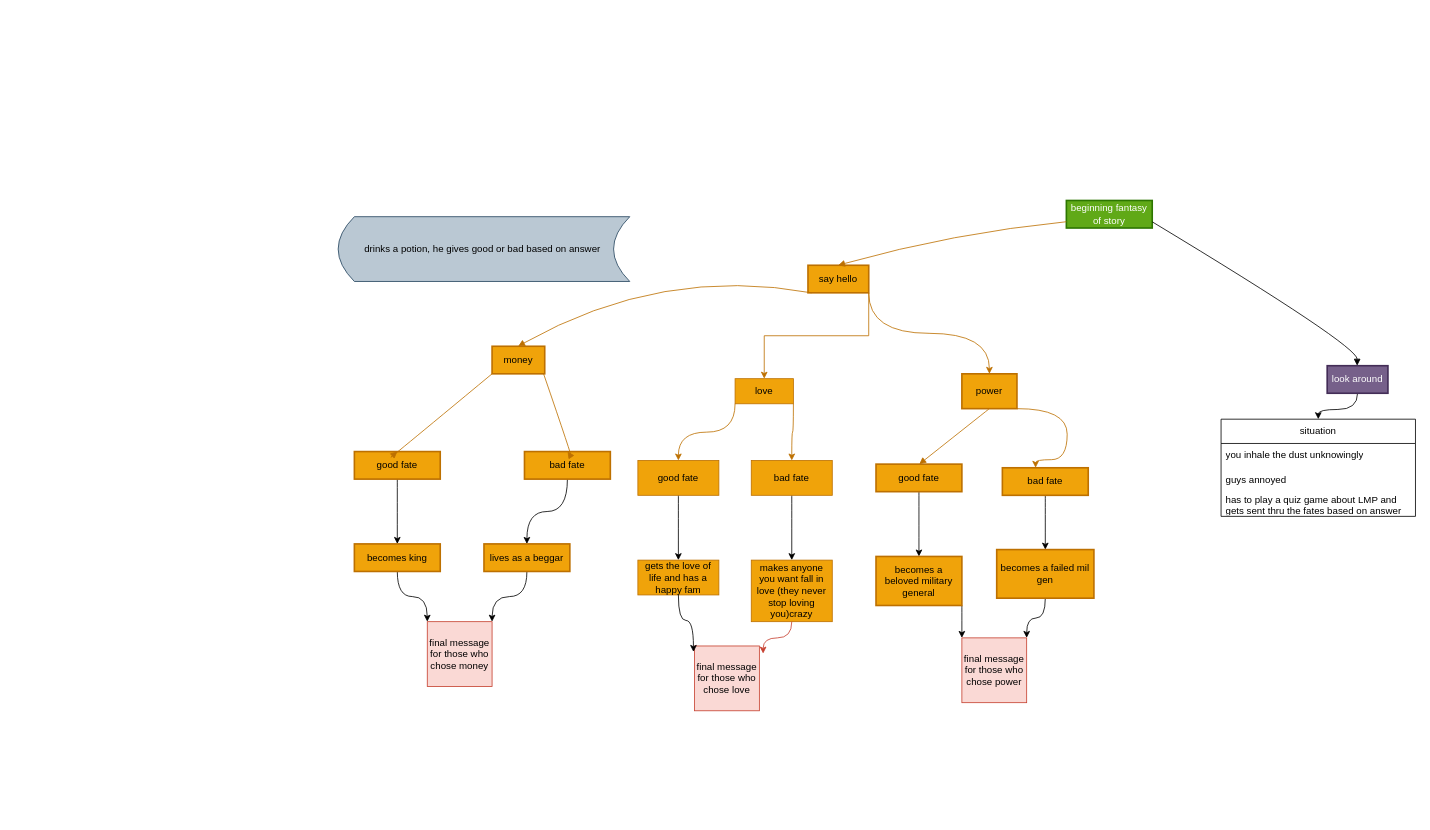
MayaInspo/Python-Projects- keeps this draw.io diagram as loosing_your_mind.drawio. Above is the earlier version. Source tidied: cells renumbered, new cells numbered last; positions are measured from the earlier drawing's top-left corner, leaving out a move shared by most shapes. Both pictures are drawn from the tidied source at 81%, with x=0, y=0 at pixel (338, 200).
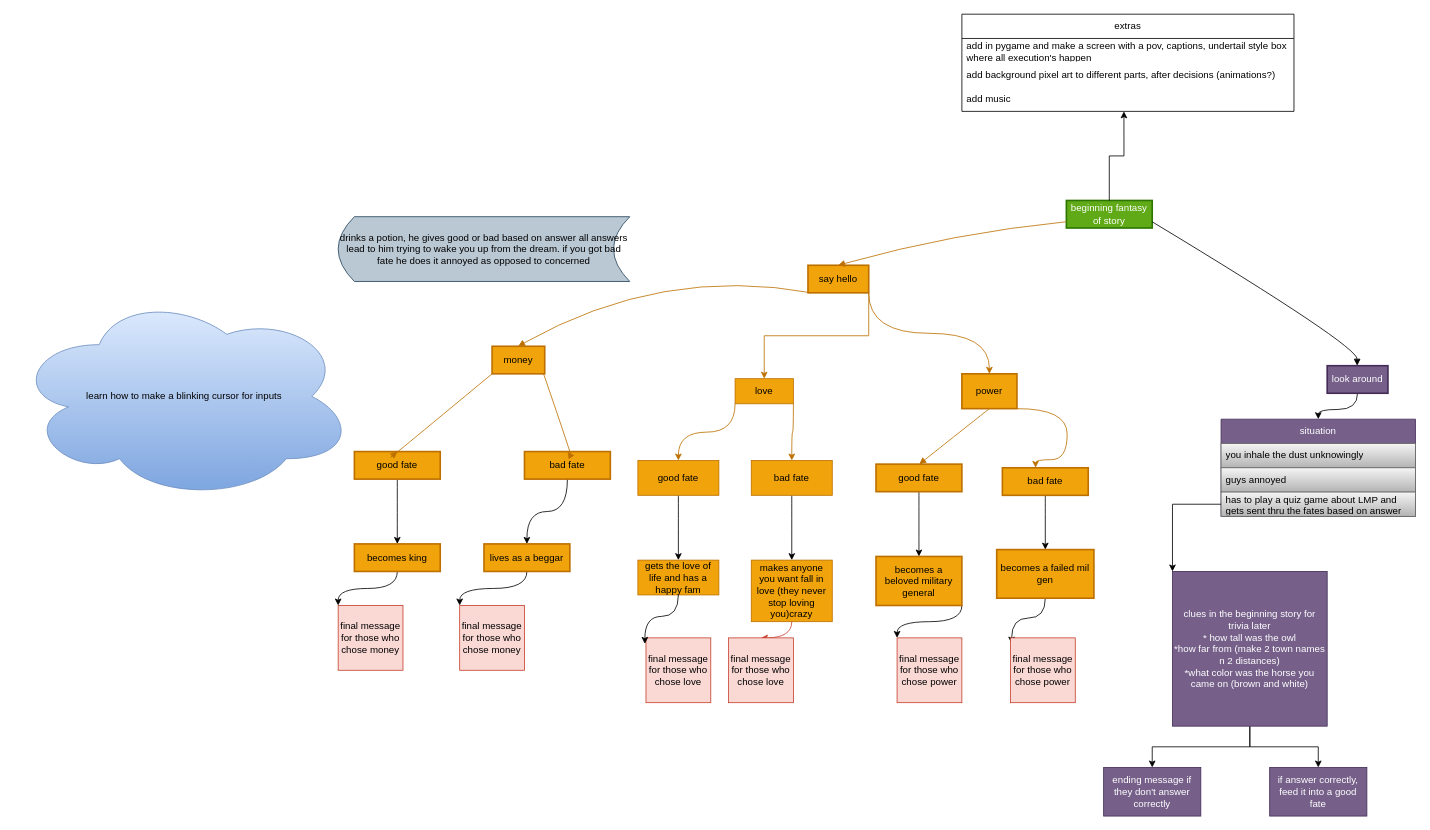
Above is the later version.

Unchanged cells that the change refers to:
```xml
<mxCell id="2" value="beginning fantasy of story" style="whiteSpace=wrap;strokeWidth=2;fillColor=#60a917;fontColor=#ffffff;strokeColor=#2D7600;" parent="1" vertex="1">
  <mxGeometry x="899" width="106" height="34" as="geometry" />
</mxCell>
<mxCell id="35" value="lives as a beggar" style="whiteSpace=wrap;strokeWidth=2;fillColor=#f0a30a;strokeColor=#BD7000;fontColor=#000000;" parent="1" vertex="1">
  <mxGeometry x="180" y="424" width="106" height="34" as="geometry" />
</mxCell>
<mxCell id="37" value="makes anyone you want fall in love (they never stop loving you)crazy" style="rounded=0;whiteSpace=wrap;html=1;fillColor=#f0a30a;fontColor=#000000;strokeColor=#BD7000;" parent="1" vertex="1">
  <mxGeometry x="510" y="444" width="100" height="76" as="geometry" />
</mxCell>
<mxCell id="41" value="becomes a failed mil gen" style="rounded=1;whiteSpace=wrap;html=1;fillColor=#f0a30a;strokeColor=#BD7000;fontColor=#000000;strokeWidth=2;arcSize=0;" parent="1" vertex="1">
  <mxGeometry x="813" y="431" width="120" height="60" as="geometry" />
</mxCell>
```

What changed in the source:
```diff
@@
-    <mxCell id="34" style="edgeStyle=orthogonalEdgeStyle;curved=1;rounded=0;jettySize=auto;html=1;exitX=0.5;exitY=1;exitDx=0;exitDy=0;entryX=1;entryY=0;entryDx=0;entryDy=0;" parent="1" edge="1" source="35" target="43">
+    <mxCell id="34" style="edgeStyle=orthogonalEdgeStyle;curved=1;rounded=0;jettySize=auto;html=1;exitX=0.5;exitY=1;exitDx=0;exitDy=0;entryX=0;entryY=0;entryDx=0;entryDy=0;" parent="1" edge="1" source="35" target="65">
       <mxGeometry relative="1" as="geometry" />
     </mxCell>
@@
-    <mxCell id="40" style="edgeStyle=orthogonalEdgeStyle;curved=1;rounded=0;jettySize=auto;html=1;exitX=0.5;exitY=1;exitDx=0;exitDy=0;entryX=1;entryY=0;entryDx=0;entryDy=0;" parent="1" edge="1" source="41" target="47">
+    <mxCell id="40" style="edgeStyle=orthogonalEdgeStyle;curved=1;rounded=0;jettySize=auto;html=1;exitX=0.5;exitY=1;exitDx=0;exitDy=0;entryX=0.017;entryY=0.088;entryDx=0;entryDy=0;entryPerimeter=0;" parent="1" edge="1" source="41" target="66">
       <mxGeometry relative="1" as="geometry" />
     </mxCell>
@@
-    <mxCell id="42" value="drinks a potion, he gives good or bad based on answer&amp;nbsp;" style="shape=dataStorage;whiteSpace=wrap;html=1;fixedSize=1;fillColor=#bac8d3;strokeColor=#23445d;" parent="1" vertex="1">
+    <mxCell id="42" value="drinks a potion, he gives good or bad based on answer all answers lead to him trying to wake you up from the dream. if you got bad fate he does it annoyed as opposed to concerned" style="shape=dataStorage;whiteSpace=wrap;html=1;fixedSize=1;fillColor=#bac8d3;strokeColor=#23445d;" parent="1" vertex="1">
       <mxGeometry y="20" width="360" height="80" as="geometry" />
     </mxCell>
     <mxCell id="43" value="final message for those who chose money" style="whiteSpace=wrap;html=1;fillColor=#fad9d5;strokeColor=#c6402f;" parent="1" vertex="1">
-      <mxGeometry x="110" y="520" width="80" height="80" as="geometry" />
+      <mxGeometry y="500" width="80" height="80" as="geometry" />
     </mxCell>
     <mxCell id="44" value="final message for those who chose love" style="whiteSpace=wrap;html=1;fillColor=#fad9d5;strokeColor=#c6402f;" parent="1" vertex="1">
-      <mxGeometry x="440" y="550" width="80" height="80" as="geometry" />
+      <mxGeometry x="380" y="540" width="80" height="80" as="geometry" />
     </mxCell>
@@
-    <mxCell id="46" style="edgeStyle=orthogonalEdgeStyle;curved=1;rounded=0;jettySize=auto;html=1;exitX=0.5;exitY=1;exitDx=0;exitDy=0;entryX=1.058;entryY=0.117;entryDx=0;entryDy=0;entryPerimeter=0;fillColor=#fad9d5;strokeColor=#c6402f;" parent="1" edge="1" source="37" target="44">
+    <mxCell id="46" style="edgeStyle=orthogonalEdgeStyle;curved=1;rounded=0;jettySize=auto;html=1;exitX=0.5;exitY=1;exitDx=0;exitDy=0;fillColor=#fad9d5;strokeColor=#c6402f;" parent="1" edge="1" source="37" target="64">
       <mxGeometry relative="1" as="geometry" />
     </mxCell>
     <mxCell id="47" value="final message for those who chose power" style="whiteSpace=wrap;html=1;fillColor=#fad9d5;strokeColor=#c6402f;" parent="1" vertex="1">
-      <mxGeometry x="770" y="540" width="80" height="80" as="geometry" />
+      <mxGeometry x="690" y="540" width="80" height="80" as="geometry" />
     </mxCell>
-    <mxCell id="48" value="situation" style="swimlane;fontStyle=0;horizontal=1;startSize=30;whiteSpace=wrap;html=1;" parent="1" vertex="1">
+    <mxCell id="48" value="situation" style="swimlane;fontStyle=0;horizontal=1;startSize=30;whiteSpace=wrap;html=1;fillColor=#76608a;fontColor=#ffffff;strokeColor=#432D57;" parent="1" vertex="1">
       <mxGeometry x="1090" y="270" width="240" height="120" as="geometry" />
     </mxCell>
-    <mxCell id="49" value="you inhale the dust unknowingly" style="text;strokeColor=none;fillColor=none;align=left;verticalAlign=middle;spacingLeft=4;spacingRight=4;overflow=hidden;whiteSpace=wrap;html=1;" parent="48" vertex="1">
+    <mxCell id="49" value="you inhale the dust unknowingly" style="text;align=left;verticalAlign=middle;spacingLeft=4;spacingRight=4;overflow=hidden;whiteSpace=wrap;html=1;fillColor=#f5f5f5;gradientColor=#b3b3b3;strokeColor=#666666;" parent="48" vertex="1">
       <mxGeometry y="30" width="240" height="30" as="geometry" />
     </mxCell>
-    <mxCell id="50" value="guys annoyed" style="text;strokeColor=none;fillColor=none;align=left;verticalAlign=middle;spacingLeft=4;spacingRight=4;overflow=hidden;whiteSpace=wrap;html=1;" parent="48" vertex="1">
+    <mxCell id="50" value="guys annoyed" style="text;align=left;verticalAlign=middle;spacingLeft=4;spacingRight=4;overflow=hidden;whiteSpace=wrap;html=1;fillColor=#f5f5f5;gradientColor=#b3b3b3;strokeColor=#666666;" parent="48" vertex="1">
       <mxGeometry y="60" width="240" height="30" as="geometry" />
     </mxCell>
-    <mxCell id="51" value="has to play a quiz game about LMP and gets sent thru the fates based on answer" style="text;strokeColor=none;fillColor=none;align=left;verticalAlign=middle;spacingLeft=4;spacingRight=4;overflow=hidden;points=[[0,0.5],[1,0.5]];portConstraint=eastwest;whiteSpace=wrap;html=1;" parent="48" vertex="1">
+    <mxCell id="51" value="has to play a quiz game about LMP and gets sent thru the fates based on answer" style="text;strokeColor=#666666;fillColor=#f5f5f5;align=left;verticalAlign=middle;spacingLeft=4;spacingRight=4;overflow=hidden;points=[[0,0.5],[1,0.5]];portConstraint=eastwest;whiteSpace=wrap;html=1;gradientColor=#b3b3b3;" parent="48" vertex="1">
       <mxGeometry y="90" width="240" height="30" as="geometry" />
     </mxCell>
+    <mxCell id="52" value="learn how to make a blinking cursor for inputs" style="ellipse;shape=cloud;whiteSpace=wrap;html=1;fillColor=#dae8fc;strokeColor=#6c8ebf;gradientColor=#7ea6e0;" parent="1" vertex="1">
+      <mxGeometry x="-400" y="114" width="420" height="256" as="geometry" />
+    </mxCell>
+    <mxCell id="53" style="edgeStyle=orthogonalEdgeStyle;rounded=0;jettySize=auto;html=1;" parent="1" edge="1" source="55" target="62">
+      <mxGeometry relative="1" as="geometry" />
+    </mxCell>
+    <mxCell id="54" style="edgeStyle=orthogonalEdgeStyle;rounded=0;jettySize=auto;html=1;" parent="1" edge="1" source="55" target="63">
+      <mxGeometry relative="1" as="geometry" />
+    </mxCell>
+    <mxCell id="55" value="clues in the beginning story for trivia later&lt;div&gt;* how tall was the owl&lt;/div&gt;&lt;div&gt;*how far from (make 2 town names n 2 distances)&lt;/div&gt;&lt;div&gt;*what color was the horse you came on (brown and white)&lt;/div&gt;" style="whiteSpace=wrap;html=1;fillColor=#76608a;fontColor=#ffffff;strokeColor=#432D57;" parent="1" vertex="1">
+      <mxGeometry x="1030" y="458" width="191" height="191" as="geometry" />
+    </mxCell>
+    <mxCell id="56" style="edgeStyle=orthogonalEdgeStyle;rounded=0;jettySize=auto;html=1;exitX=0;exitY=0.5;exitDx=0;exitDy=0;entryX=0;entryY=0;entryDx=0;entryDy=0;" parent="1" edge="1" source="51" target="55">
+      <mxGeometry relative="1" as="geometry" />
+    </mxCell>
+    <mxCell id="57" value="extras" style="swimlane;fontStyle=0;horizontal=1;startSize=30;whiteSpace=wrap;html=1;" parent="1" vertex="1">
+      <mxGeometry x="770" y="-230" width="410" height="120" as="geometry" />
+    </mxCell>
+    <mxCell id="58" value="add in pygame and make a screen with a pov, captions, undertail style box where all execution's happen&amp;nbsp;" style="text;strokeColor=none;fillColor=none;align=left;verticalAlign=middle;spacingLeft=4;spacingRight=4;overflow=hidden;whiteSpace=wrap;html=1;" parent="57" vertex="1">
+      <mxGeometry y="30" width="410" height="30" as="geometry" />
+    </mxCell>
+    <mxCell id="59" value="add background pixel art to different parts, after decisions (animations?)" style="text;strokeColor=none;fillColor=none;align=left;verticalAlign=middle;spacingLeft=4;spacingRight=4;overflow=hidden;whiteSpace=wrap;html=1;" parent="57" vertex="1">
+      <mxGeometry y="60" width="410" height="30" as="geometry" />
+    </mxCell>
+    <mxCell id="60" value="add music&amp;nbsp;" style="text;strokeColor=none;fillColor=none;align=left;verticalAlign=middle;spacingLeft=4;spacingRight=4;overflow=hidden;points=[[0,0.5],[1,0.5]];portConstraint=eastwest;whiteSpace=wrap;html=1;" parent="57" vertex="1">
+      <mxGeometry y="90" width="410" height="30" as="geometry" />
+    </mxCell>
+    <mxCell id="61" style="edgeStyle=orthogonalEdgeStyle;rounded=0;jettySize=auto;html=1;exitX=0.5;exitY=0;exitDx=0;exitDy=0;entryX=0.488;entryY=1;entryDx=0;entryDy=0;entryPerimeter=0;" parent="1" edge="1" source="2" target="60">
+      <mxGeometry relative="1" as="geometry" />
+    </mxCell>
+    <mxCell id="62" value="ending message if they don't answer correctly" style="whiteSpace=wrap;html=1;fillColor=#76608a;strokeColor=#432D57;fontColor=#ffffff;" parent="1" vertex="1">
+      <mxGeometry x="945" y="700" width="120" height="60" as="geometry" />
+    </mxCell>
+    <mxCell id="63" value="if answer correctly, feed it into a good fate" style="whiteSpace=wrap;html=1;fillColor=#76608a;strokeColor=#432D57;fontColor=#ffffff;" parent="1" vertex="1">
+      <mxGeometry x="1150" y="700" width="120" height="60" as="geometry" />
+    </mxCell>
+    <mxCell id="64" value="final message for those who chose love" style="whiteSpace=wrap;html=1;fillColor=#fad9d5;strokeColor=#c6402f;" parent="1" vertex="1">
+      <mxGeometry x="482" y="540" width="80" height="80" as="geometry" />
+    </mxCell>
+    <mxCell id="65" value="final message for those who chose money" style="whiteSpace=wrap;html=1;fillColor=#fad9d5;strokeColor=#c6402f;" parent="1" vertex="1">
+      <mxGeometry x="150" y="500" width="80" height="80" as="geometry" />
+    </mxCell>
+    <mxCell id="66" value="final message for those who chose power" style="whiteSpace=wrap;html=1;fillColor=#fad9d5;strokeColor=#c6402f;" parent="1" vertex="1">
+      <mxGeometry x="830" y="540" width="80" height="80" as="geometry" />
+    </mxCell>
```
